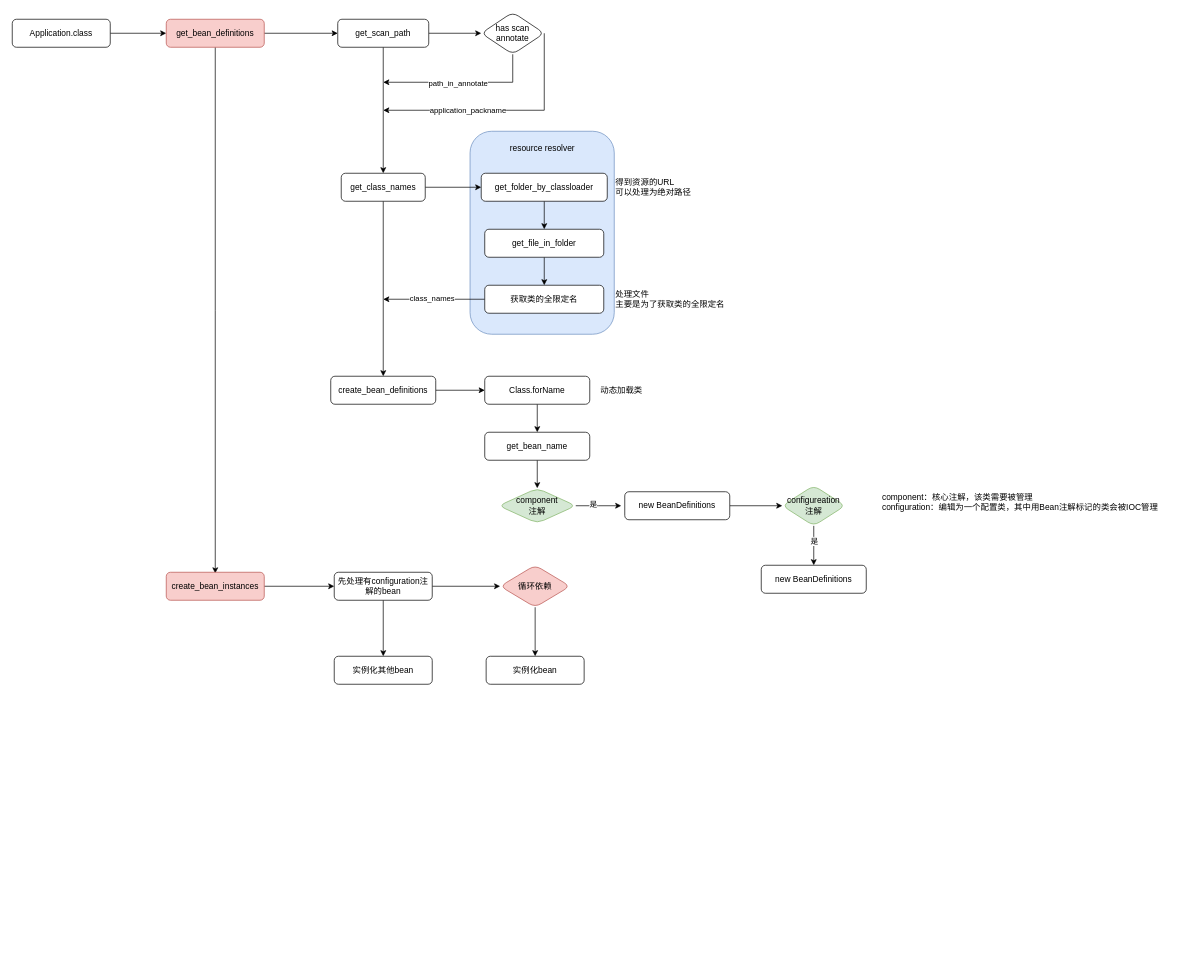
Before: 未命名绘图.drawio in Morty123456/DrawIo, a draw.io diagram. Source tidied: cells renumbered, new cells numbered last; positions are measured from the earlier drawing's top-left corner, leaving out a move shared by most shapes. Both pictures are drawn from the tidied source at 70%, with x=0, y=0 at pixel (12, 12).
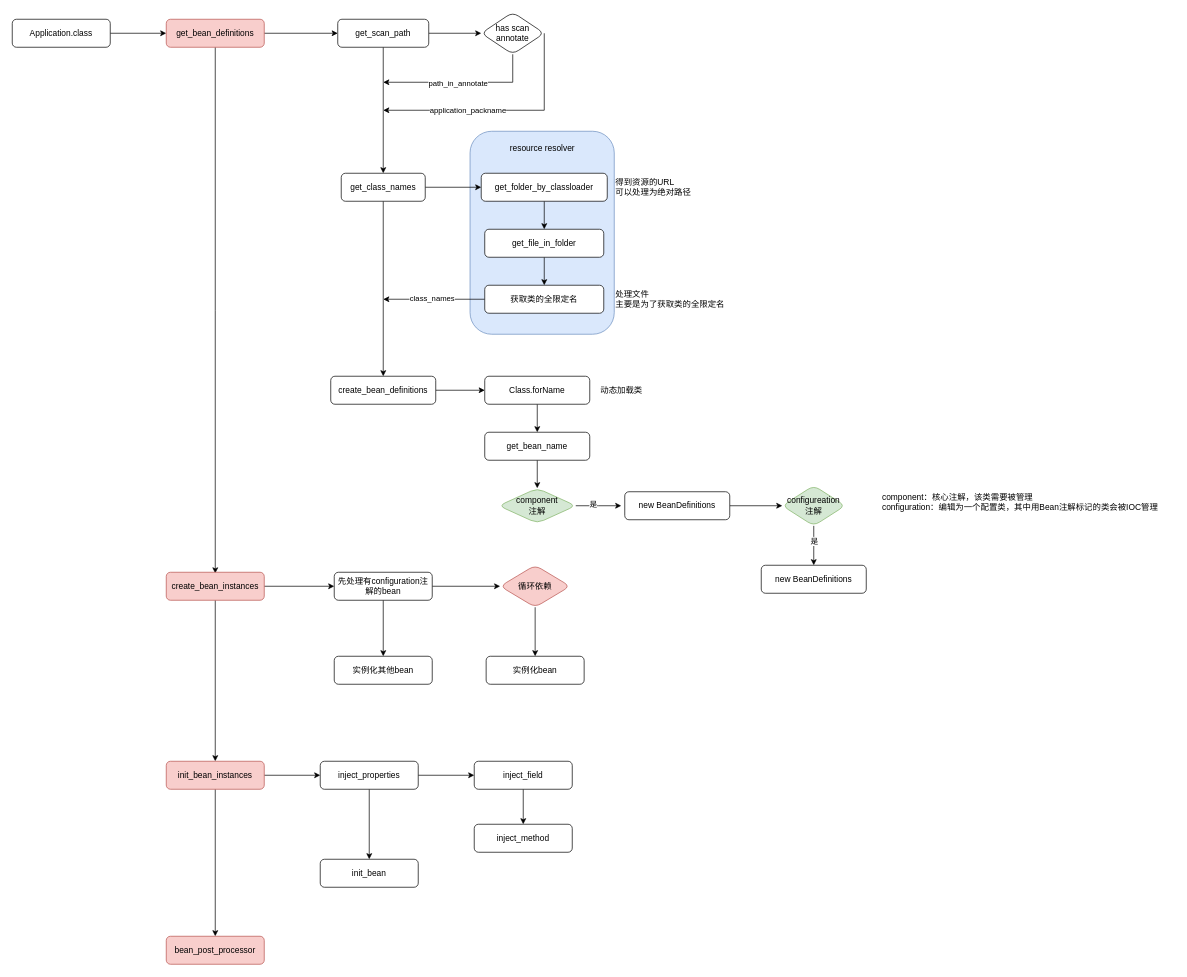
After the change.

The change refers to these unchanged cells:
```xml
<mxCell id="39" value="create_bean_instances" style="rounded=1;whiteSpace=wrap;html=1;fillColor=#f8cecc;strokeColor=#b85450;" parent="1" vertex="1">
  <mxGeometry x="220" y="800" width="140" height="40" as="geometry" />
</mxCell>
```

Change to the diagram source:
```diff
@@
+    <mxCell id="55" style="edgeStyle=orthogonalEdgeStyle;rounded=0;jettySize=auto;html=1;" parent="1" edge="1" source="39" target="58">
+      <mxGeometry relative="1" as="geometry" />
+    </mxCell>
@@
+    <mxCell id="56" style="edgeStyle=orthogonalEdgeStyle;rounded=0;jettySize=auto;html=1;" parent="1" edge="1" source="58" target="61">
+      <mxGeometry relative="1" as="geometry" />
+    </mxCell>
+    <mxCell id="57" style="edgeStyle=orthogonalEdgeStyle;rounded=0;jettySize=auto;html=1;" parent="1" edge="1" source="58" target="66">
+      <mxGeometry relative="1" as="geometry" />
+    </mxCell>
+    <mxCell id="58" value="init_bean_instances" style="rounded=1;whiteSpace=wrap;html=1;fillColor=#f8cecc;strokeColor=#b85450;" parent="1" vertex="1">
+      <mxGeometry x="220" y="1070" width="140" height="40" as="geometry" />
+    </mxCell>
+    <mxCell id="59" style="edgeStyle=orthogonalEdgeStyle;rounded=0;jettySize=auto;html=1;" parent="1" edge="1" source="61" target="63">
+      <mxGeometry relative="1" as="geometry" />
+    </mxCell>
+    <mxCell id="60" style="edgeStyle=orthogonalEdgeStyle;rounded=0;jettySize=auto;html=1;" parent="1" edge="1" source="61" target="65">
+      <mxGeometry relative="1" as="geometry" />
+    </mxCell>
+    <mxCell id="61" value="inject_properties" style="rounded=1;whiteSpace=wrap;html=1;" parent="1" vertex="1">
+      <mxGeometry x="440" y="1070" width="140" height="40" as="geometry" />
+    </mxCell>
+    <mxCell id="62" style="edgeStyle=orthogonalEdgeStyle;rounded=0;jettySize=auto;html=1;" parent="1" edge="1" source="63" target="64">
+      <mxGeometry relative="1" as="geometry" />
+    </mxCell>
+    <mxCell id="63" value="inject_field" style="rounded=1;whiteSpace=wrap;html=1;" parent="1" vertex="1">
+      <mxGeometry x="660" y="1070" width="140" height="40" as="geometry" />
+    </mxCell>
+    <mxCell id="64" value="inject_method" style="rounded=1;whiteSpace=wrap;html=1;" parent="1" vertex="1">
+      <mxGeometry x="660" y="1160" width="140" height="40" as="geometry" />
+    </mxCell>
+    <mxCell id="65" value="init_bean" style="rounded=1;whiteSpace=wrap;html=1;" parent="1" vertex="1">
+      <mxGeometry x="440" y="1210" width="140" height="40" as="geometry" />
+    </mxCell>
+    <mxCell id="66" value="bean_post_processor" style="rounded=1;whiteSpace=wrap;html=1;fillColor=#f8cecc;strokeColor=#b85450;" parent="1" vertex="1">
+      <mxGeometry x="220" y="1320" width="140" height="40" as="geometry" />
+    </mxCell>
```
